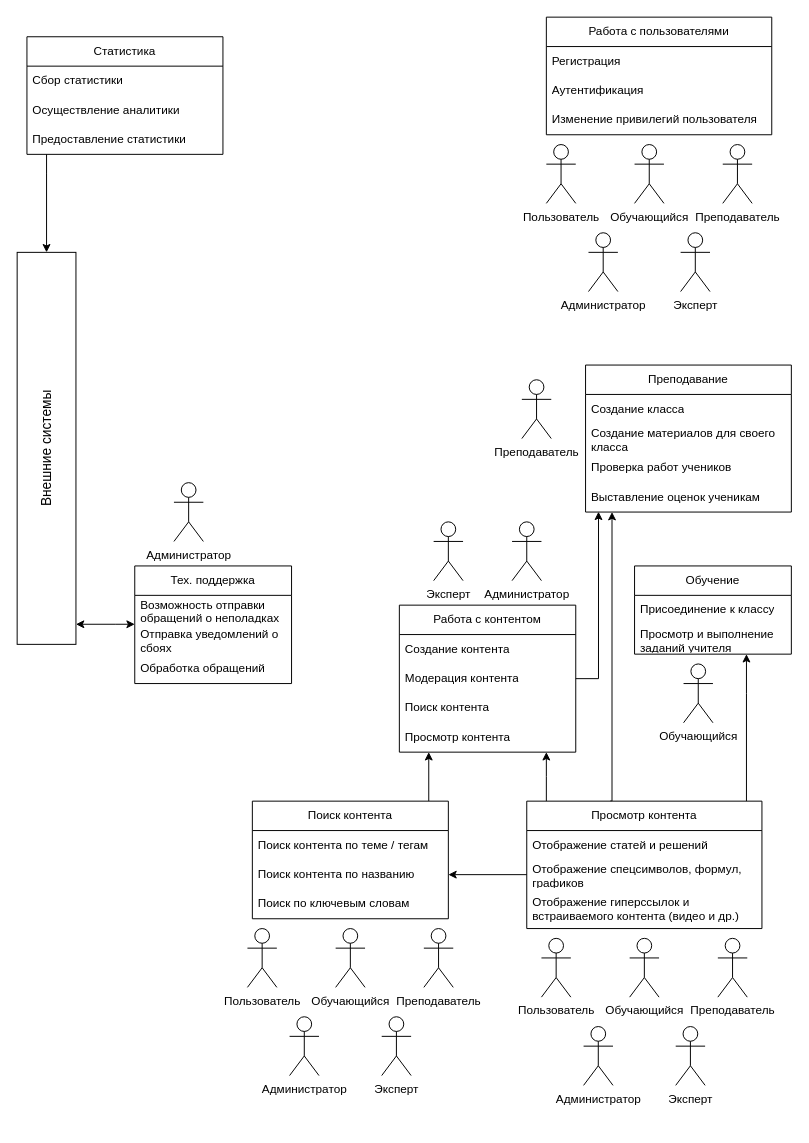
Above: ПИС_3_2.drawio in v-tempe/draw.io (draw.io), before the change. Source tidied: cells renumbered, new cells numbered last; positions are measured from the earlier drawing's top-left corner, leaving out a move shared by most shapes. Both pictures are drawn from the tidied source at 98%, with x=0, y=0 at pixel (-150, 17).
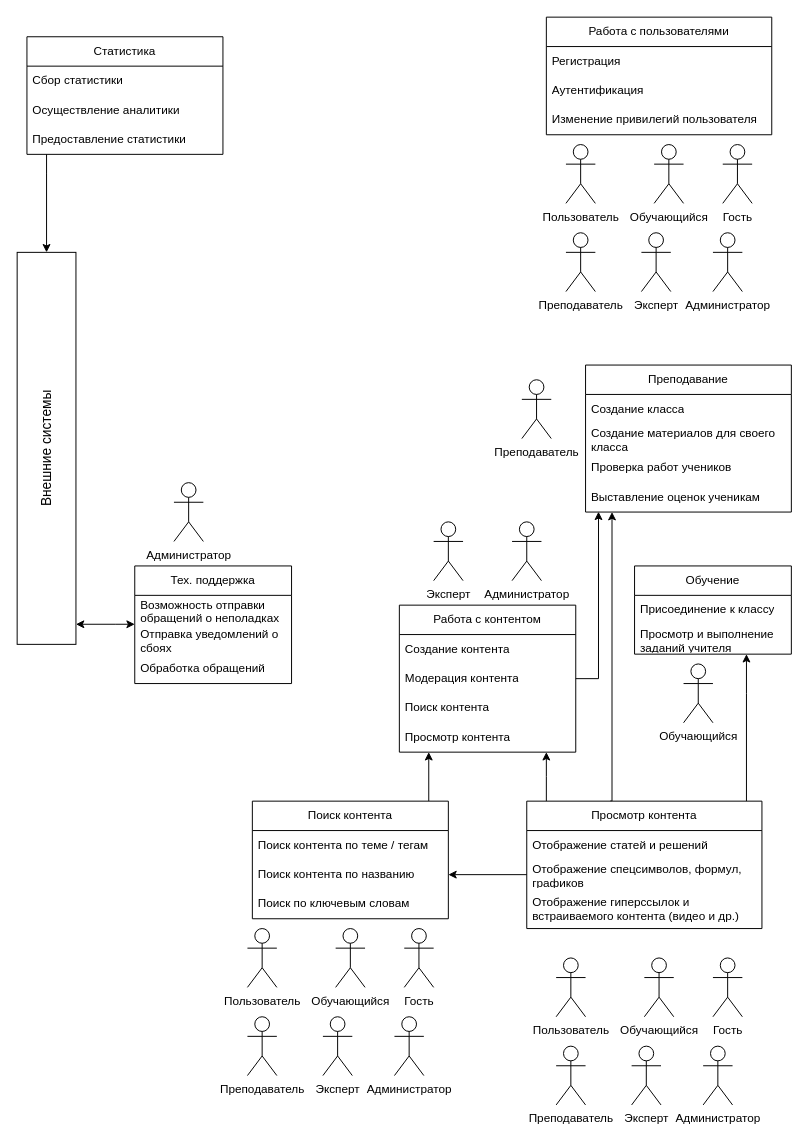
The same diagram, later.

The change refers to these unchanged cells:
```xml
<mxCell id="12" value="Работа с контентом" style="swimlane;fontStyle=0;horizontal=1;startSize=30;whiteSpace=wrap;html=1;" parent="1" vertex="1">
  <mxGeometry x="560" y="600" width="180" height="150" as="geometry" />
</mxCell>
```

Change to the diagram source:
```diff
@@
-    <mxCell id="4" value="Преподаватель" style="shape=umlActor;verticalLabelPosition=bottom;verticalAlign=top;html=1;" parent="1" vertex="1">
-      <mxGeometry x="885" y="940" width="30" height="60" as="geometry" />
-    </mxCell>
-    <mxCell id="5" value="Обучающийся" style="shape=umlActor;verticalLabelPosition=bottom;verticalAlign=top;html=1;" parent="1" vertex="1">
-      <mxGeometry x="795" y="940" width="30" height="60" as="geometry" />
-    </mxCell>
-    <mxCell id="6" value="Пользователь" style="shape=umlActor;verticalLabelPosition=bottom;verticalAlign=top;html=1;" parent="1" vertex="1">
-      <mxGeometry x="705" y="940" width="30" height="60" as="geometry" />
-    </mxCell>
@@
-    <mxCell id="17" style="edgeStyle=orthogonalEdgeStyle;rounded=0;jettySize=auto;html=1;" parent="1" edge="1" source="18" target="12">
-      <mxGeometry relative="1" as="geometry">
-        <Array as="points">
-          <mxPoint x="590" y="755" />
-          <mxPoint x="590" y="755" />
-        </Array>
-      </mxGeometry>
-    </mxCell>
-    <mxCell id="18" value="Поиск контента" style="swimlane;fontStyle=0;horizontal=1;startSize=30;whiteSpace=wrap;html=1;" parent="1" vertex="1">
-      <mxGeometry x="410" y="800" width="200" height="120" as="geometry" />
-    </mxCell>
-    <mxCell id="19" value="Поиск контента по теме / тегам" style="text;strokeColor=none;fillColor=none;align=left;verticalAlign=middle;spacingLeft=4;spacingRight=4;overflow=hidden;whiteSpace=wrap;html=1;" parent="18" vertex="1">
-      <mxGeometry y="30" width="200" height="30" as="geometry" />
-    </mxCell>
-    <mxCell id="20" value="Поиск контента по названию" style="text;strokeColor=none;fillColor=none;align=left;verticalAlign=middle;spacingLeft=4;spacingRight=4;overflow=hidden;whiteSpace=wrap;html=1;" parent="18" vertex="1">
-      <mxGeometry y="60" width="200" height="30" as="geometry" />
-    </mxCell>
-    <mxCell id="21" value="Поиск по ключевым словам" style="text;strokeColor=none;fillColor=none;align=left;verticalAlign=middle;spacingLeft=4;spacingRight=4;overflow=hidden;whiteSpace=wrap;html=1;" parent="18" vertex="1">
-      <mxGeometry y="90" width="200" height="30" as="geometry" />
-    </mxCell>
-    <mxCell id="22" style="edgeStyle=orthogonalEdgeStyle;rounded=0;jettySize=auto;html=1;" parent="1" edge="1" source="25" target="12">
-      <mxGeometry relative="1" as="geometry">
-        <Array as="points">
-          <mxPoint x="710" y="775" />
-          <mxPoint x="710" y="775" />
-        </Array>
-      </mxGeometry>
-    </mxCell>
@@
-    <mxCell id="25" value="Просмотр контента" style="swimlane;fontStyle=0;horizontal=1;startSize=30;whiteSpace=wrap;html=1;" parent="1" vertex="1">
-      <mxGeometry x="690" y="800" width="240" height="130" as="geometry" />
-    </mxCell>
-    <mxCell id="26" value="Отображение статей и решений" style="text;strokeColor=none;fillColor=none;align=left;verticalAlign=middle;spacingLeft=4;spacingRight=4;overflow=hidden;whiteSpace=wrap;html=1;" parent="25" vertex="1">
-      <mxGeometry y="30" width="240" height="30" as="geometry" />
-    </mxCell>
-    <mxCell id="27" value="Отображение спецсимволов, формул, графиков" style="text;strokeColor=none;fillColor=none;align=left;verticalAlign=middle;spacingLeft=4;spacingRight=4;overflow=hidden;points=[[0,0.5],[1,0.5]];portConstraint=eastwest;whiteSpace=wrap;html=1;" parent="25" vertex="1">
-      <mxGeometry y="60" width="240" height="30" as="geometry" />
-    </mxCell>
-    <mxCell id="28" value="Отображение гиперссылок и встраиваемого контента (видео и др.)" style="text;strokeColor=none;fillColor=none;align=left;verticalAlign=middle;spacingLeft=4;spacingRight=4;overflow=hidden;whiteSpace=wrap;html=1;" parent="25" vertex="1">
-      <mxGeometry y="90" width="240" height="40" as="geometry" />
-    </mxCell>
@@
-    <mxCell id="38" style="edgeStyle=orthogonalEdgeStyle;rounded=0;jettySize=auto;html=1;" parent="1" edge="1" source="27" target="18">
-      <mxGeometry relative="1" as="geometry">
-        <Array as="points">
-          <mxPoint x="540" y="865" />
-          <mxPoint x="540" y="865" />
-        </Array>
-      </mxGeometry>
-    </mxCell>
     <mxCell id="39" value="Преподаватель" style="shape=umlActor;verticalLabelPosition=bottom;verticalAlign=top;html=1;" parent="1" vertex="1">
-      <mxGeometry x="585" y="930" width="30" height="60" as="geometry" />
+      <mxGeometry x="405" y="1020" width="30" height="60" as="geometry" />
     </mxCell>
@@
     <mxCell id="43" value="Эксперт" style="shape=umlActor;verticalLabelPosition=bottom;verticalAlign=top;html=1;" parent="1" vertex="1">
-      <mxGeometry x="542" y="1020" width="30" height="60" as="geometry" />
+      <mxGeometry x="482" y="1020" width="30" height="60" as="geometry" />
     </mxCell>
     <mxCell id="44" value="Администратор" style="shape=umlActor;verticalLabelPosition=bottom;verticalAlign=top;html=1;" parent="1" vertex="1">
-      <mxGeometry x="448" y="1020" width="30" height="60" as="geometry" />
+      <mxGeometry x="555" y="1020" width="30" height="60" as="geometry" />
     </mxCell>
-    <mxCell id="45" value="Эксперт" style="shape=umlActor;verticalLabelPosition=bottom;verticalAlign=top;html=1;" parent="1" vertex="1">
-      <mxGeometry x="842" y="1030" width="30" height="60" as="geometry" />
-    </mxCell>
-    <mxCell id="46" value="Администратор" style="shape=umlActor;verticalLabelPosition=bottom;verticalAlign=top;html=1;" parent="1" vertex="1">
-      <mxGeometry x="748" y="1030" width="30" height="60" as="geometry" />
-    </mxCell>
-    <mxCell id="47" value="Преподаватель" style="shape=umlActor;verticalLabelPosition=bottom;verticalAlign=top;html=1;" parent="1" vertex="1">
-      <mxGeometry x="890" y="130" width="30" height="60" as="geometry" />
-    </mxCell>
-    <mxCell id="48" value="Обучающийся" style="shape=umlActor;verticalLabelPosition=bottom;verticalAlign=top;html=1;" parent="1" vertex="1">
-      <mxGeometry x="800" y="130" width="30" height="60" as="geometry" />
-    </mxCell>
-    <mxCell id="49" value="Пользователь" style="shape=umlActor;verticalLabelPosition=bottom;verticalAlign=top;html=1;" parent="1" vertex="1">
-      <mxGeometry x="710" y="130" width="30" height="60" as="geometry" />
-    </mxCell>
-    <mxCell id="50" value="Эксперт" style="shape=umlActor;verticalLabelPosition=bottom;verticalAlign=top;html=1;" parent="1" vertex="1">
-      <mxGeometry x="847" y="220" width="30" height="60" as="geometry" />
-    </mxCell>
-    <mxCell id="51" value="Администратор" style="shape=umlActor;verticalLabelPosition=bottom;verticalAlign=top;html=1;" parent="1" vertex="1">
-      <mxGeometry x="753" y="220" width="30" height="60" as="geometry" />
-    </mxCell>
@@
+    <mxCell id="64" value="Гость" style="shape=umlActor;verticalLabelPosition=bottom;verticalAlign=top;html=1;" parent="1" vertex="1">
+      <mxGeometry x="565" y="930" width="30" height="60" as="geometry" />
+    </mxCell>
+    <mxCell id="65" value="Преподаватель" style="shape=umlActor;verticalLabelPosition=bottom;verticalAlign=top;html=1;" parent="1" vertex="1">
+      <mxGeometry x="720" y="1050" width="30" height="60" as="geometry" />
+    </mxCell>
+    <mxCell id="66" value="Обучающийся" style="shape=umlActor;verticalLabelPosition=bottom;verticalAlign=top;html=1;" parent="1" vertex="1">
+      <mxGeometry x="810" y="960" width="30" height="60" as="geometry" />
+    </mxCell>
+    <mxCell id="67" value="Пользователь" style="shape=umlActor;verticalLabelPosition=bottom;verticalAlign=top;html=1;" parent="1" vertex="1">
+      <mxGeometry x="720" y="960" width="30" height="60" as="geometry" />
+    </mxCell>
+    <mxCell id="68" value="Эксперт" style="shape=umlActor;verticalLabelPosition=bottom;verticalAlign=top;html=1;" parent="1" vertex="1">
+      <mxGeometry x="797" y="1050" width="30" height="60" as="geometry" />
+    </mxCell>
+    <mxCell id="69" value="Администратор" style="shape=umlActor;verticalLabelPosition=bottom;verticalAlign=top;html=1;" parent="1" vertex="1">
+      <mxGeometry x="870" y="1050" width="30" height="60" as="geometry" />
+    </mxCell>
+    <mxCell id="70" value="Гость" style="shape=umlActor;verticalLabelPosition=bottom;verticalAlign=top;html=1;" parent="1" vertex="1">
+      <mxGeometry x="880" y="960" width="30" height="60" as="geometry" />
+    </mxCell>
+    <mxCell id="71" style="edgeStyle=orthogonalEdgeStyle;rounded=0;jettySize=auto;html=1;" parent="1" edge="1" source="18">
+      <mxGeometry relative="1" as="geometry">
+        <mxPoint x="590" y="750" as="targetPoint" />
+        <Array as="points">
+          <mxPoint x="590" y="755" />
+          <mxPoint x="590" y="755" />
+        </Array>
+      </mxGeometry>
+    </mxCell>
+    <mxCell id="18" value="Поиск контента" style="swimlane;fontStyle=0;horizontal=1;startSize=30;whiteSpace=wrap;html=1;" parent="1" vertex="1">
+      <mxGeometry x="410" y="800" width="200" height="120" as="geometry" />
+    </mxCell>
+    <mxCell id="19" value="Поиск контента по теме / тегам" style="text;strokeColor=none;fillColor=none;align=left;verticalAlign=middle;spacingLeft=4;spacingRight=4;overflow=hidden;whiteSpace=wrap;html=1;" parent="18" vertex="1">
+      <mxGeometry y="30" width="200" height="30" as="geometry" />
+    </mxCell>
+    <mxCell id="20" value="Поиск контента по названию" style="text;strokeColor=none;fillColor=none;align=left;verticalAlign=middle;spacingLeft=4;spacingRight=4;overflow=hidden;whiteSpace=wrap;html=1;" parent="18" vertex="1">
+      <mxGeometry y="60" width="200" height="30" as="geometry" />
+    </mxCell>
+    <mxCell id="21" value="Поиск по ключевым словам" style="text;strokeColor=none;fillColor=none;align=left;verticalAlign=middle;spacingLeft=4;spacingRight=4;overflow=hidden;whiteSpace=wrap;html=1;" parent="18" vertex="1">
+      <mxGeometry y="90" width="200" height="30" as="geometry" />
+    </mxCell>
+    <mxCell id="72" style="edgeStyle=orthogonalEdgeStyle;rounded=0;jettySize=auto;html=1;" parent="1" edge="1" source="25">
+      <mxGeometry relative="1" as="geometry">
+        <mxPoint x="710" y="750" as="targetPoint" />
+        <Array as="points">
+          <mxPoint x="710" y="775" />
+          <mxPoint x="710" y="775" />
+        </Array>
+      </mxGeometry>
+    </mxCell>
+    <mxCell id="25" value="Просмотр контента" style="swimlane;fontStyle=0;horizontal=1;startSize=30;whiteSpace=wrap;html=1;" parent="1" vertex="1">
+      <mxGeometry x="690" y="800" width="240" height="130" as="geometry" />
+    </mxCell>
+    <mxCell id="26" value="Отображение статей и решений" style="text;strokeColor=none;fillColor=none;align=left;verticalAlign=middle;spacingLeft=4;spacingRight=4;overflow=hidden;whiteSpace=wrap;html=1;" parent="25" vertex="1">
+      <mxGeometry y="30" width="240" height="30" as="geometry" />
+    </mxCell>
+    <mxCell id="27" value="Отображение спецсимволов, формул, графиков" style="text;strokeColor=none;fillColor=none;align=left;verticalAlign=middle;spacingLeft=4;spacingRight=4;overflow=hidden;points=[[0,0.5],[1,0.5]];portConstraint=eastwest;whiteSpace=wrap;html=1;" parent="25" vertex="1">
+      <mxGeometry y="60" width="240" height="30" as="geometry" />
+    </mxCell>
+    <mxCell id="28" value="Отображение гиперссылок и встраиваемого контента (видео и др.)" style="text;strokeColor=none;fillColor=none;align=left;verticalAlign=middle;spacingLeft=4;spacingRight=4;overflow=hidden;whiteSpace=wrap;html=1;" parent="25" vertex="1">
+      <mxGeometry y="90" width="240" height="40" as="geometry" />
+    </mxCell>
+    <mxCell id="38" style="edgeStyle=orthogonalEdgeStyle;rounded=0;jettySize=auto;html=1;" parent="1" edge="1" source="27" target="18">
+      <mxGeometry relative="1" as="geometry">
+        <Array as="points">
+          <mxPoint x="540" y="865" />
+          <mxPoint x="540" y="865" />
+        </Array>
+      </mxGeometry>
+    </mxCell>
+    <mxCell id="73" value="Преподаватель" style="shape=umlActor;verticalLabelPosition=bottom;verticalAlign=top;html=1;" parent="1" vertex="1">
+      <mxGeometry x="730" y="220" width="30" height="60" as="geometry" />
+    </mxCell>
+    <mxCell id="74" value="Обучающийся" style="shape=umlActor;verticalLabelPosition=bottom;verticalAlign=top;html=1;" parent="1" vertex="1">
+      <mxGeometry x="820" y="130" width="30" height="60" as="geometry" />
+    </mxCell>
+    <mxCell id="75" value="Пользователь" style="shape=umlActor;verticalLabelPosition=bottom;verticalAlign=top;html=1;" parent="1" vertex="1">
+      <mxGeometry x="730" y="130" width="30" height="60" as="geometry" />
+    </mxCell>
+    <mxCell id="76" value="Эксперт" style="shape=umlActor;verticalLabelPosition=bottom;verticalAlign=top;html=1;" parent="1" vertex="1">
+      <mxGeometry x="807" y="220" width="30" height="60" as="geometry" />
+    </mxCell>
+    <mxCell id="77" value="Администратор" style="shape=umlActor;verticalLabelPosition=bottom;verticalAlign=top;html=1;" parent="1" vertex="1">
+      <mxGeometry x="880" y="220" width="30" height="60" as="geometry" />
+    </mxCell>
+    <mxCell id="78" value="Гость" style="shape=umlActor;verticalLabelPosition=bottom;verticalAlign=top;html=1;" parent="1" vertex="1">
+      <mxGeometry x="890" y="130" width="30" height="60" as="geometry" />
+    </mxCell>
```
